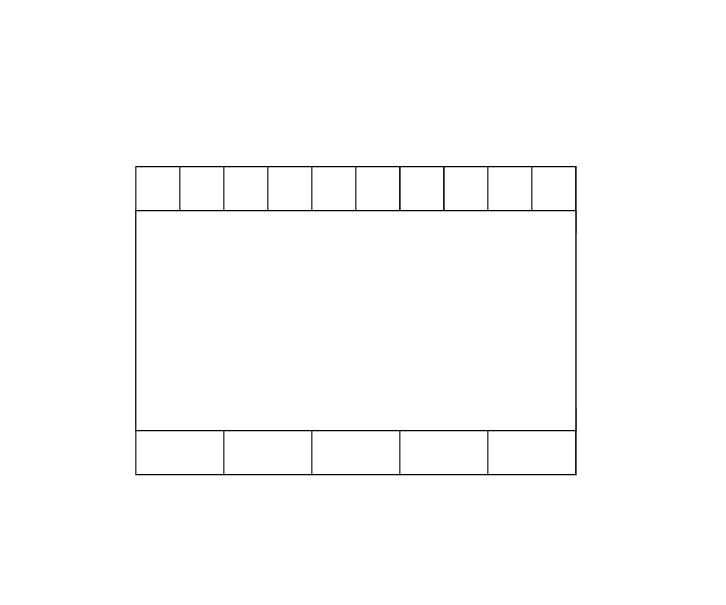
Before: BottlingMachineDiagram.drawio in vittoria-thomasini/industrial-automation-plc, a draw.io diagram. Source tidied: cells renumbered, new cells numbered last; positions are measured from the earlier drawing's top-left corner, leaving out a move shared by most shapes. Both pictures are drawn from the tidied source at 110%, with x=0, y=0 at pixel (135, 166).
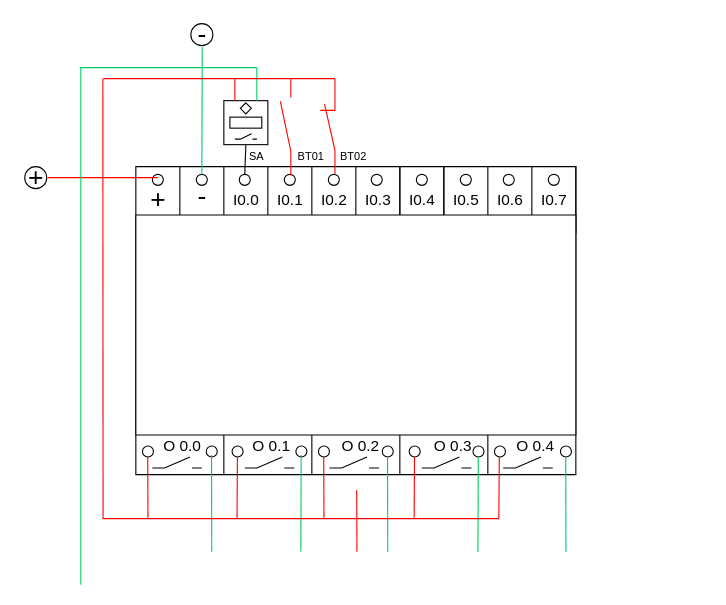
Above is the later version.

What changed in the source:
```diff
@@
-    <mxCell id="7" style="shape=partialRectangle;whiteSpace=wrap;html=1;right=0;top=0;bottom=0;fillColor=none;routingCenterX=-0.5;" parent="1" vertex="1">
-      <mxGeometry x="400" y="220" width="120" height="60" as="geometry" />
-    </mxCell>
@@
     <mxCell id="14" style="verticalLabelPosition=bottom;verticalAlign=top;html=1;shape=mxgraph.basic.rect;fillColor2=none;strokeWidth=1;size=20;indent=5;" parent="1" vertex="1">
-      <mxGeometry y="40" width="400" height="200" as="geometry" />
+      <mxGeometry y="44" width="400" height="200" as="geometry" />
     </mxCell>
+    <mxCell id="15" value="&lt;font style=&quot;font-size: 24px&quot;&gt;+&lt;/font&gt;" style="text;html=1;align=center;verticalAlign=middle;strokeColor=none;fillColor=none;" parent="1" vertex="1">
+      <mxGeometry x="5" y="20" width="30" height="20" as="geometry" />
+    </mxCell>
+    <mxCell id="16" style="ellipse;whiteSpace=wrap;html=1;" parent="1" vertex="1">
+      <mxGeometry x="15" y="7" width="10" height="10" as="geometry" />
+    </mxCell>
+    <mxCell id="17" value="&lt;span style=&quot;font-size: 24px&quot;&gt;-&lt;/span&gt;" style="text;html=1;align=center;verticalAlign=middle;strokeColor=none;fillColor=none;" parent="1" vertex="1">
+      <mxGeometry x="50" y="17" width="20" height="20" as="geometry" />
+    </mxCell>
+    <mxCell id="18" style="ellipse;whiteSpace=wrap;html=1;" parent="1" vertex="1">
+      <mxGeometry x="55" y="7" width="10" height="10" as="geometry" />
+    </mxCell>
+    <mxCell id="19" value="&lt;font style=&quot;font-size: 14px&quot;&gt;I0.0&lt;/font&gt;" style="text;html=1;align=center;verticalAlign=middle;strokeColor=none;fillColor=none;" parent="1" vertex="1">
+      <mxGeometry x="80" y="20" width="40" height="20" as="geometry" />
+    </mxCell>
+    <mxCell id="20" style="ellipse;whiteSpace=wrap;html=1;" parent="1" vertex="1">
+      <mxGeometry x="94" y="7" width="10" height="10" as="geometry" />
+    </mxCell>
+    <mxCell id="21" value="&lt;span style=&quot;font-size: 14px&quot;&gt;I0.1&lt;/span&gt;" style="text;html=1;align=center;verticalAlign=middle;strokeColor=none;fillColor=none;" parent="1" vertex="1">
+      <mxGeometry x="120" y="20" width="40" height="20" as="geometry" />
+    </mxCell>
+    <mxCell id="22" style="ellipse;whiteSpace=wrap;html=1;" parent="1" vertex="1">
+      <mxGeometry x="135" y="7" width="10" height="10" as="geometry" />
+    </mxCell>
+    <mxCell id="23" value="&lt;font style=&quot;font-size: 14px&quot;&gt;I0.2&lt;/font&gt;" style="text;html=1;align=center;verticalAlign=middle;strokeColor=none;fillColor=none;" parent="1" vertex="1">
+      <mxGeometry x="160" y="20" width="40" height="20" as="geometry" />
+    </mxCell>
+    <mxCell id="24" style="ellipse;whiteSpace=wrap;html=1;" parent="1" vertex="1">
+      <mxGeometry x="175" y="7" width="10" height="10" as="geometry" />
+    </mxCell>
+    <mxCell id="25" value="&lt;font style=&quot;font-size: 14px&quot;&gt;I0.3&lt;/font&gt;" style="text;html=1;align=center;verticalAlign=middle;strokeColor=none;fillColor=none;" parent="1" vertex="1">
+      <mxGeometry x="200" y="20" width="40" height="20" as="geometry" />
+    </mxCell>
+    <mxCell id="26" style="ellipse;whiteSpace=wrap;html=1;" parent="1" vertex="1">
+      <mxGeometry x="214" y="7" width="10" height="10" as="geometry" />
+    </mxCell>
+    <mxCell id="27" value="&lt;font style=&quot;font-size: 14px&quot;&gt;I0.4&lt;/font&gt;" style="text;html=1;align=center;verticalAlign=middle;strokeColor=none;fillColor=none;" parent="1" vertex="1">
+      <mxGeometry x="240" y="20" width="40" height="20" as="geometry" />
+    </mxCell>
+    <mxCell id="28" style="ellipse;whiteSpace=wrap;html=1;" parent="1" vertex="1">
+      <mxGeometry x="255" y="7" width="10" height="10" as="geometry" />
+    </mxCell>
+    <mxCell id="29" value="&lt;font style=&quot;font-size: 14px&quot;&gt;I0.5&lt;/font&gt;" style="text;html=1;align=center;verticalAlign=middle;strokeColor=none;fillColor=none;" parent="1" vertex="1">
+      <mxGeometry x="280" y="20" width="40" height="20" as="geometry" />
+    </mxCell>
+    <mxCell id="30" style="ellipse;whiteSpace=wrap;html=1;" parent="1" vertex="1">
+      <mxGeometry x="295" y="7" width="10" height="10" as="geometry" />
+    </mxCell>
+    <mxCell id="31" value="&lt;font style=&quot;font-size: 14px&quot;&gt;I0.6&lt;/font&gt;" style="text;html=1;align=center;verticalAlign=middle;strokeColor=none;fillColor=none;" parent="1" vertex="1">
+      <mxGeometry x="320" y="20" width="40" height="20" as="geometry" />
+    </mxCell>
+    <mxCell id="32" style="ellipse;whiteSpace=wrap;html=1;" parent="1" vertex="1">
+      <mxGeometry x="334" y="7" width="10" height="10" as="geometry" />
+    </mxCell>
+    <mxCell id="33" value="&lt;font style=&quot;font-size: 14px&quot;&gt;I0.7&lt;/font&gt;" style="text;html=1;align=center;verticalAlign=middle;strokeColor=none;fillColor=none;" parent="1" vertex="1">
+      <mxGeometry x="360" y="20" width="40" height="20" as="geometry" />
+    </mxCell>
+    <mxCell id="34" style="ellipse;whiteSpace=wrap;html=1;" parent="1" vertex="1">
+      <mxGeometry x="375" y="7" width="10" height="10" as="geometry" />
+    </mxCell>
+    <mxCell id="35" style="verticalLabelPosition=bottom;shadow=0;dashed=0;align=center;html=1;verticalAlign=top;shape=mxgraph.electrical.electro-mechanical.make_contact;" parent="1" vertex="1">
+      <mxGeometry x="15" y="264" width="45" height="10" as="geometry" />
+    </mxCell>
+    <mxCell id="36" style="verticalLabelPosition=bottom;shadow=0;dashed=0;align=center;html=1;verticalAlign=top;shape=mxgraph.electrical.electro-mechanical.make_contact;" parent="1" vertex="1">
+      <mxGeometry x="99" y="264" width="45" height="10" as="geometry" />
+    </mxCell>
+    <mxCell id="37" style="verticalLabelPosition=bottom;shadow=0;dashed=0;align=center;html=1;verticalAlign=top;shape=mxgraph.electrical.electro-mechanical.make_contact;" parent="1" vertex="1">
+      <mxGeometry x="176" y="264" width="45" height="10" as="geometry" />
+    </mxCell>
+    <mxCell id="38" style="verticalLabelPosition=bottom;shadow=0;dashed=0;align=center;html=1;verticalAlign=top;shape=mxgraph.electrical.electro-mechanical.make_contact;" parent="1" vertex="1">
+      <mxGeometry x="260" y="264" width="45" height="10" as="geometry" />
+    </mxCell>
+    <mxCell id="39" style="verticalLabelPosition=bottom;shadow=0;dashed=0;align=center;html=1;verticalAlign=top;shape=mxgraph.electrical.electro-mechanical.make_contact;" parent="1" vertex="1">
+      <mxGeometry x="334" y="264" width="45" height="10" as="geometry" />
+    </mxCell>
+    <mxCell id="40" value="&lt;font style=&quot;font-size: 14px&quot;&gt;&amp;nbsp;O 0.0&lt;/font&gt;" style="text;html=1;align=center;verticalAlign=middle;strokeColor=none;fillColor=none;" parent="1" vertex="1">
+      <mxGeometry x="15" y="244" width="50" height="20" as="geometry" />
+    </mxCell>
+    <mxCell id="41" value="&lt;span style=&quot;font-size: 14px&quot;&gt;O 0.1&lt;/span&gt;" style="text;html=1;align=center;verticalAlign=middle;strokeColor=none;fillColor=none;" parent="1" vertex="1">
+      <mxGeometry x="98" y="244" width="50" height="20" as="geometry" />
+    </mxCell>
+    <mxCell id="42" value="&lt;font style=&quot;font-size: 14px&quot;&gt;O 0.2&lt;/font&gt;" style="text;html=1;align=center;verticalAlign=middle;strokeColor=none;fillColor=none;" parent="1" vertex="1">
+      <mxGeometry x="179" y="244" width="50" height="20" as="geometry" />
+    </mxCell>
+    <mxCell id="43" value="&lt;font style=&quot;font-size: 14px&quot;&gt;O 0.3&lt;/font&gt;" style="text;html=1;align=center;verticalAlign=middle;strokeColor=none;fillColor=none;" parent="1" vertex="1">
+      <mxGeometry x="263" y="244" width="50" height="20" as="geometry" />
+    </mxCell>
+    <mxCell id="44" style="edgeStyle=none;shape=link;rounded=0;jettySize=auto;html=1;strokeColor=#000000;" parent="1" edge="1" source="45" target="14">
+      <mxGeometry relative="1" as="geometry" />
+    </mxCell>
+    <mxCell id="45" value="&lt;font style=&quot;font-size: 14px&quot;&gt;O 0.4&lt;/font&gt;" style="text;html=1;align=center;verticalAlign=middle;points=[];strokeColor=none;fillColor=none;" parent="1" vertex="1">
+      <mxGeometry x="338" y="244" width="50" height="20" as="geometry" />
+    </mxCell>
+    <mxCell id="46" style="ellipse;whiteSpace=wrap;html=1;" parent="1" vertex="1">
+      <mxGeometry x="6" y="254" width="10" height="10" as="geometry" />
+    </mxCell>
+    <mxCell id="47" style="ellipse;whiteSpace=wrap;html=1;" parent="1" vertex="1">
+      <mxGeometry x="64" y="254" width="10" height="10" as="geometry" />
+    </mxCell>
+    <mxCell id="48" style="ellipse;whiteSpace=wrap;html=1;" parent="1" vertex="1">
+      <mxGeometry x="87.5" y="254" width="10" height="10" as="geometry" />
+    </mxCell>
+    <mxCell id="49" style="ellipse;whiteSpace=wrap;html=1;" parent="1" vertex="1">
+      <mxGeometry x="145.5" y="254" width="10" height="10" as="geometry" />
+    </mxCell>
+    <mxCell id="50" style="ellipse;whiteSpace=wrap;html=1;" parent="1" vertex="1">
+      <mxGeometry x="166" y="254" width="10" height="10" as="geometry" />
+    </mxCell>
+    <mxCell id="51" style="ellipse;whiteSpace=wrap;html=1;" parent="1" vertex="1">
+      <mxGeometry x="224" y="254" width="10" height="10" as="geometry" />
+    </mxCell>
+    <mxCell id="52" style="ellipse;whiteSpace=wrap;html=1;" parent="1" vertex="1">
+      <mxGeometry x="248.5" y="254" width="10" height="10" as="geometry" />
+    </mxCell>
+    <mxCell id="53" style="ellipse;whiteSpace=wrap;html=1;" parent="1" vertex="1">
+      <mxGeometry x="306.5" y="254" width="10" height="10" as="geometry" />
+    </mxCell>
+    <mxCell id="54" style="ellipse;whiteSpace=wrap;html=1;" parent="1" vertex="1">
+      <mxGeometry x="326" y="254" width="10" height="10" as="geometry" />
+    </mxCell>
+    <mxCell id="55" style="ellipse;whiteSpace=wrap;html=1;" parent="1" vertex="1">
+      <mxGeometry x="386" y="254" width="10" height="10" as="geometry" />
+    </mxCell>
+    <mxCell id="56" style="ellipse;whiteSpace=wrap;html=1;" parent="1" vertex="1">
+      <mxGeometry x="-101" width="20" height="20" as="geometry" />
+    </mxCell>
+    <mxCell id="57" style="ellipse;whiteSpace=wrap;html=1;" parent="1" vertex="1">
+      <mxGeometry x="50" y="-130" width="20" height="20" as="geometry" />
+    </mxCell>
+    <mxCell id="58" value="&lt;font style=&quot;font-size: 24px&quot;&gt;+&lt;/font&gt;" style="text;html=1;align=center;verticalAlign=middle;strokeColor=none;fillColor=none;" parent="1" vertex="1">
+      <mxGeometry x="-106" width="30" height="20" as="geometry" />
+    </mxCell>
+    <mxCell id="59" value="&lt;span style=&quot;font-size: 24px&quot;&gt;-&lt;/span&gt;" style="text;html=1;align=center;verticalAlign=middle;points=[];strokeColor=none;fillColor=none;" parent="1" vertex="1">
+      <mxGeometry x="50" y="-130" width="20" height="20" as="geometry" />
+    </mxCell>
+    <mxCell id="60" style="endArrow=none;html=1;strokeColor=#FF0000;" parent="1" edge="1">
+      <mxGeometry relative="1" as="geometry">
+        <mxPoint x="11" y="320" as="sourcePoint" />
+        <mxPoint x="10.8" y="264" as="targetPoint" />
+      </mxGeometry>
+    </mxCell>
+    <mxCell id="61" style="endArrow=none;html=1;strokeColor=#FF0000;" parent="1" edge="1">
+      <mxGeometry relative="1" as="geometry">
+        <mxPoint x="92" y="320" as="sourcePoint" />
+        <mxPoint x="92.3" y="264" as="targetPoint" />
+      </mxGeometry>
+    </mxCell>
+    <mxCell id="62" style="endArrow=none;html=1;strokeColor=#FF0000;" parent="1" edge="1">
+      <mxGeometry relative="1" as="geometry">
+        <mxPoint x="171" y="320" as="sourcePoint" />
+        <mxPoint x="170.8" y="264" as="targetPoint" />
+      </mxGeometry>
+    </mxCell>
+    <mxCell id="63" style="endArrow=none;html=1;strokeColor=#00CC66;" parent="1" edge="1">
+      <mxGeometry relative="1" as="geometry">
+        <mxPoint x="229" y="350" as="sourcePoint" />
+        <mxPoint x="228.8" y="264" as="targetPoint" />
+      </mxGeometry>
+    </mxCell>
+    <mxCell id="64" style="endArrow=none;html=1;strokeColor=#FF0000;" parent="1" edge="1">
+      <mxGeometry relative="1" as="geometry">
+        <mxPoint x="253" y="320" as="sourcePoint" />
+        <mxPoint x="253.3" y="264" as="targetPoint" />
+      </mxGeometry>
+    </mxCell>
+    <mxCell id="65" style="endArrow=none;html=1;strokeColor=#00CC66;" parent="1" edge="1">
+      <mxGeometry relative="1" as="geometry">
+        <mxPoint x="311" y="350" as="sourcePoint" />
+        <mxPoint x="311.3" y="264" as="targetPoint" />
+      </mxGeometry>
+    </mxCell>
+    <mxCell id="66" style="endArrow=none;html=1;strokeColor=#00CC66;" parent="1" edge="1">
+      <mxGeometry relative="1" as="geometry">
+        <mxPoint x="391" y="350" as="sourcePoint" />
+        <mxPoint x="390.8" y="264" as="targetPoint" />
+      </mxGeometry>
+    </mxCell>
+    <mxCell id="67" style="endArrow=none;html=1;strokeColor=#FF0000;" parent="1" edge="1">
+      <mxGeometry relative="1" as="geometry">
+        <mxPoint x="20" y="10" as="sourcePoint" />
+        <mxPoint x="-80" y="10" as="targetPoint" />
+      </mxGeometry>
+    </mxCell>
+    <mxCell id="68" style="endArrow=none;html=1;strokeColor=#FF0000;" parent="1" edge="1">
+      <mxGeometry relative="1" as="geometry">
+        <mxPoint x="330" y="320" as="sourcePoint" />
+        <mxPoint x="330.4" y="264" as="targetPoint" />
+      </mxGeometry>
+    </mxCell>
+    <mxCell id="69" style="endArrow=none;html=1;strokeColor=#00CC66;" parent="1" edge="1">
+      <mxGeometry relative="1" as="geometry">
+        <mxPoint x="69" y="350" as="sourcePoint" />
+        <mxPoint x="68.8" y="262.2" as="targetPoint" />
+      </mxGeometry>
+    </mxCell>
+    <mxCell id="70" style="endArrow=none;html=1;strokeColor=#00CC66;" parent="1" edge="1">
+      <mxGeometry relative="1" as="geometry">
+        <mxPoint x="150" y="350" as="sourcePoint" />
+        <mxPoint x="150.3" y="262.2" as="targetPoint" />
+      </mxGeometry>
+    </mxCell>
+    <mxCell id="71" style="endArrow=none;html=1;strokeColor=#FF0000;" parent="1" edge="1">
+      <mxGeometry relative="1" as="geometry">
+        <mxPoint x="-30" y="320" as="sourcePoint" />
+        <mxPoint x="330" y="320" as="targetPoint" />
+      </mxGeometry>
+    </mxCell>
+    <mxCell id="72" style="whiteSpace=wrap;html=1;" parent="1" vertex="1">
+      <mxGeometry x="80" y="-60" width="40" height="40" as="geometry" />
+    </mxCell>
+    <mxCell id="73" style="rounded=0;whiteSpace=wrap;html=1;" parent="1" vertex="1">
+      <mxGeometry x="85.5" y="-45" width="29" height="10" as="geometry" />
+    </mxCell>
+    <mxCell id="74" style="verticalLabelPosition=bottom;shadow=0;dashed=0;align=center;html=1;verticalAlign=top;shape=mxgraph.electrical.electro-mechanical.make_contact;" parent="1" vertex="1">
+      <mxGeometry x="90" y="-30" width="20" height="5" as="geometry" />
+    </mxCell>
+    <mxCell id="75" style="rhombus;whiteSpace=wrap;html=1;" parent="1" vertex="1">
+      <mxGeometry x="95" y="-58" width="10" height="10" as="geometry" />
+    </mxCell>
+    <mxCell id="76" style="endArrow=none;html=1;strokeColor=#000000;entryX=0.5;entryY=1;entryDx=0;entryDy=0;exitX=0.5;exitY=0;exitDx=0;exitDy=0;" parent="1" edge="1" source="20" target="72">
+      <mxGeometry relative="1" as="geometry" />
+    </mxCell>
+    <mxCell id="77" style="endArrow=none;html=1;strokeColor=#00CC66;exitX=0.75;exitY=0;exitDx=0;exitDy=0;" parent="1" edge="1" source="72">
+      <mxGeometry relative="1" as="geometry">
+        <mxPoint x="110" y="-90" as="targetPoint" />
+      </mxGeometry>
+    </mxCell>
+    <mxCell id="78" style="endArrow=none;html=1;strokeColor=#00CC66;" parent="1" edge="1">
+      <mxGeometry relative="1" as="geometry">
+        <mxPoint x="110" y="-90" as="sourcePoint" />
+        <mxPoint x="-51" y="-90" as="targetPoint" />
+      </mxGeometry>
+    </mxCell>
+    <mxCell id="79" style="endArrow=none;html=1;strokeColor=#00CC66;" parent="1" edge="1">
+      <mxGeometry relative="1" as="geometry">
+        <mxPoint x="-50" y="380" as="sourcePoint" />
+        <mxPoint x="-50" y="-90" as="targetPoint" />
+      </mxGeometry>
+    </mxCell>
+    <mxCell id="80" style="endArrow=none;html=1;strokeColor=#00CC66;entryX=0.517;entryY=1.064;entryDx=0;entryDy=0;entryPerimeter=0;exitX=0.5;exitY=0;exitDx=0;exitDy=0;" parent="1" edge="1" source="18" target="59">
+      <mxGeometry relative="1" as="geometry" />
+    </mxCell>
+    <mxCell id="81" style="endArrow=none;html=1;strokeColor=#FF0000;" parent="1" edge="1">
+      <mxGeometry relative="1" as="geometry">
+        <mxPoint x="-29.8" y="320" as="sourcePoint" />
+        <mxPoint x="-30" y="-80" as="targetPoint" />
+      </mxGeometry>
+    </mxCell>
+    <mxCell id="82" style="endArrow=none;html=1;strokeColor=#FF0000;entryX=1;entryY=1;entryDx=0;entryDy=0;entryPerimeter=0;" parent="1" edge="1" target="85">
+      <mxGeometry relative="1" as="geometry">
+        <mxPoint x="-29.5" y="-80" as="sourcePoint" />
+      </mxGeometry>
+    </mxCell>
+    <mxCell id="83" style="endArrow=none;html=1;strokeColor=#FF0000;exitX=0.25;exitY=0;exitDx=0;exitDy=0;" parent="1" edge="1" source="72">
+      <mxGeometry relative="1" as="geometry">
+        <mxPoint x="90" y="-80" as="targetPoint" />
+      </mxGeometry>
+    </mxCell>
+    <mxCell id="84" style="verticalLabelPosition=bottom;shadow=0;dashed=0;align=center;html=1;verticalAlign=top;shape=mxgraph.electrical.electro-mechanical.make_contact;rotation=-90;strokeColor=#FF0000;" parent="1" vertex="1">
+      <mxGeometry x="91.9" y="-41" width="88.5" height="9.5" as="geometry" />
+    </mxCell>
+    <mxCell id="85" style="verticalLabelPosition=bottom;shadow=0;dashed=0;align=center;html=1;verticalAlign=top;shape=mxgraph.electrical.electro-mechanical.break_contact;strokeColor=#FF0000;rotation=-90;" parent="1" vertex="1">
+      <mxGeometry x="131" y="-43.5" width="86.5" height="13.5" as="geometry" />
+    </mxCell>
+    <mxCell id="86" value="&lt;font style=&quot;font-size: 10px&quot;&gt;SA&lt;/font&gt;" style="text;html=1;strokeColor=none;fillColor=none;align=center;verticalAlign=middle;whiteSpace=wrap;rounded=0;" parent="1" vertex="1">
+      <mxGeometry x="90" y="-20" width="40" height="20" as="geometry" />
+    </mxCell>
+    <mxCell id="87" value="&lt;font style=&quot;font-size: 10px&quot;&gt;BT01&lt;/font&gt;" style="text;html=1;strokeColor=none;fillColor=none;align=center;verticalAlign=middle;whiteSpace=wrap;rounded=0;" parent="1" vertex="1">
+      <mxGeometry x="144" y="-20" width="31" height="20" as="geometry" />
+    </mxCell>
+    <mxCell id="88" style="endArrow=none;html=1;strokeColor=#FF0000;" parent="1" edge="1">
+      <mxGeometry relative="1" as="geometry">
+        <mxPoint x="201" y="350" as="sourcePoint" />
+        <mxPoint x="200.8" y="294" as="targetPoint" />
+      </mxGeometry>
+    </mxCell>
+    <mxCell id="89" value="&lt;font style=&quot;font-size: 10px&quot;&gt;BT02&lt;/font&gt;" style="text;html=1;strokeColor=none;fillColor=none;align=center;verticalAlign=middle;whiteSpace=wrap;rounded=0;" parent="1" vertex="1">
+      <mxGeometry x="177.5" y="-20" width="40" height="20" as="geometry" />
+    </mxCell>
```
